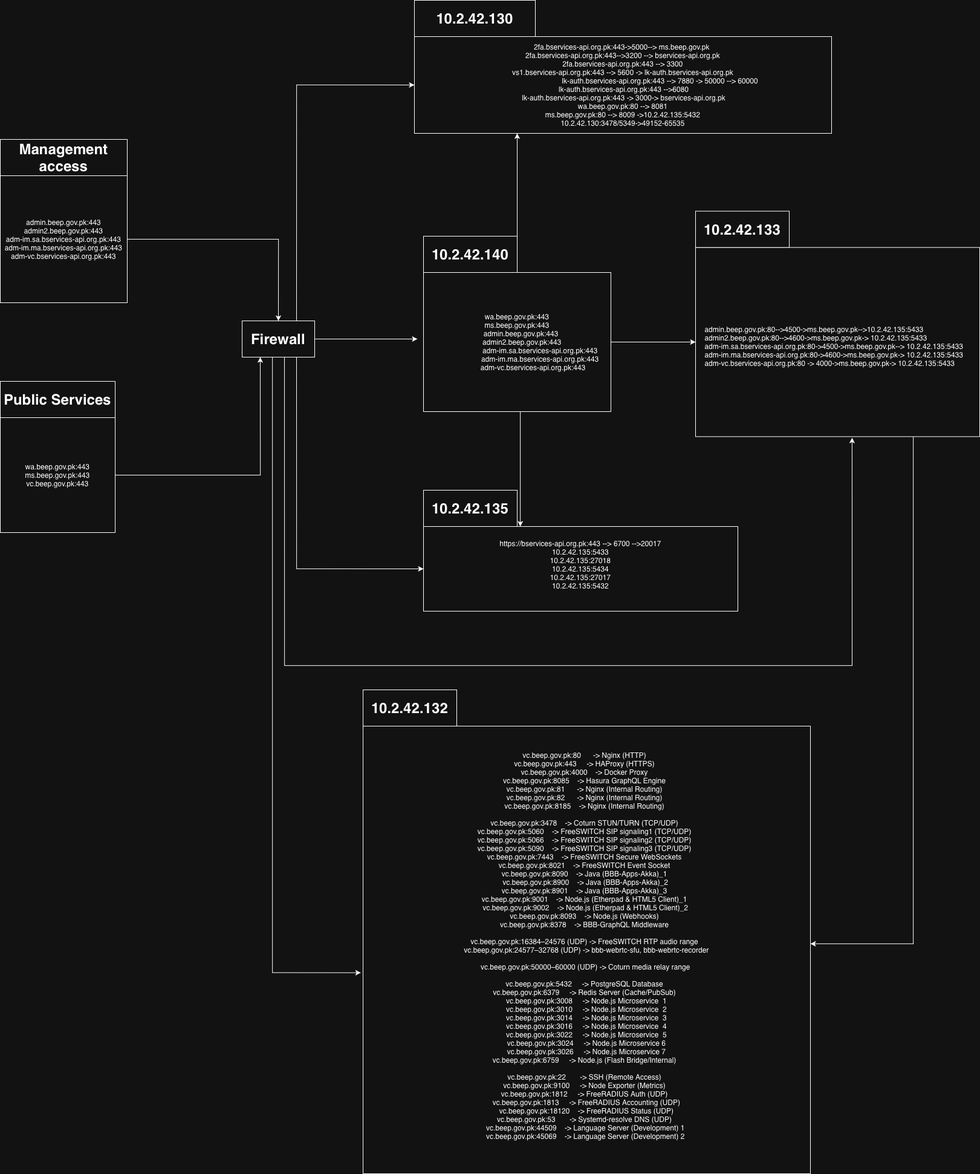
The draw.io diagram Untitled Diagram.drawio.png in Ahmer-rehman/backend, before a commit. Source tidied: cells renumbered, new cells last; positions are measured from the earlier drawing's top-left corner, leaving out a move shared by most shapes.
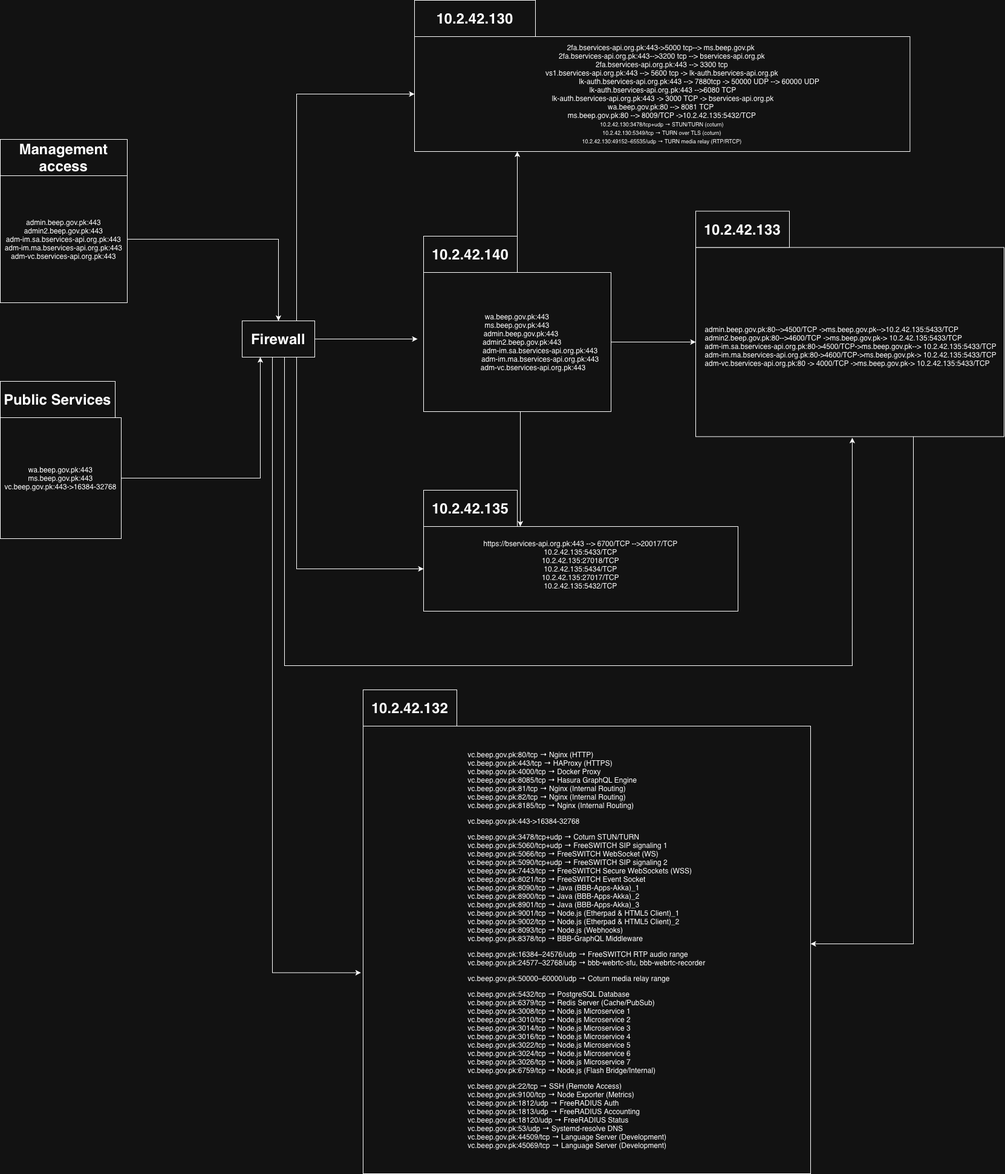
Later version of the same file.

The edit, as a diff of the source:
```diff
@@ -24,10 +24,10 @@
         </Array>
       </mxGeometry>
     </mxCell>
-    <mxCell id="6" value="&lt;div&gt;2fa.bservices-api.org.pk:443-&amp;gt;5000--&amp;gt; ms.beep.gov.pk&amp;nbsp;&lt;br&gt;&lt;/div&gt;&lt;div&gt;2fa.bservices-api.org.pk:443--&amp;gt;3200 --&amp;gt; bservices-api.org.pk&lt;br&gt;&lt;/div&gt;2fa.bservices-api.org.pk:443 --&amp;gt; 3300&lt;div&gt;vs1.bservices-api.org.pk:443 --&amp;gt; 5600 -&amp;gt; lk-auth.bservices-api.org.pk&lt;/div&gt;&lt;div&gt;&amp;nbsp; &amp;nbsp; &amp;nbsp; &amp;nbsp; &amp;nbsp; &amp;nbsp; &amp;nbsp; &amp;nbsp; &amp;nbsp; &amp;nbsp; &amp;nbsp; &amp;nbsp; &amp;nbsp; &amp;nbsp; &amp;nbsp; &amp;nbsp; &amp;nbsp; &amp;nbsp; &amp;nbsp;lk-auth.bservices-api.org.pk:443 --&amp;gt; 7880 -&amp;gt; 50000 --&amp;gt; 60000&lt;/div&gt;&lt;div&gt;&amp;nbsp;lk-auth.bservices-api.org.pk:443 --&amp;gt;6080&lt;br&gt;&lt;/div&gt;&lt;div&gt;&amp;nbsp;lk-auth.bservices-api.org.pk:443 -&amp;gt; 3000-&amp;gt; bservices-api.org.pk&lt;br&gt;&lt;/div&gt;&lt;div&gt;wa.beep.gov.pk:80 --&amp;gt; 8081&lt;/div&gt;&lt;div&gt;ms.beep.gov.pk:80 --&amp;gt; 8009 -&amp;gt;10.2.42.135:5432&lt;/div&gt;&lt;div&gt;10.2.42.130:3478/5349-&amp;gt;49152-65535&lt;/div&gt;" style="rounded=0;whiteSpace=wrap;html=1;" parent="1" vertex="1">
-      <mxGeometry x="685" y="60" width="690" height="160" as="geometry" />
+    <mxCell id="6" value="&lt;div&gt;2fa.bservices-api.org.pk:443-&amp;gt;5000 tcp--&amp;gt; ms.beep.gov.pk&amp;nbsp;&lt;br&gt;&lt;/div&gt;&lt;div&gt;2fa.bservices-api.org.pk:443--&amp;gt;3200 tcp --&amp;gt; bservices-api.org.pk&lt;br&gt;&lt;/div&gt;2fa.bservices-api.org.pk:443 --&amp;gt; 3300 tcp&lt;div&gt;vs1.bservices-api.org.pk:443 --&amp;gt; 5600 tcp -&amp;gt; lk-auth.bservices-api.org.pk&lt;/div&gt;&lt;div&gt;&amp;nbsp; &amp;nbsp; &amp;nbsp; &amp;nbsp; &amp;nbsp; &amp;nbsp; &amp;nbsp; &amp;nbsp; &amp;nbsp; &amp;nbsp; &amp;nbsp; &amp;nbsp; &amp;nbsp; &amp;nbsp; &amp;nbsp; &amp;nbsp; &amp;nbsp; &amp;nbsp; &amp;nbsp;lk-auth.bservices-api.org.pk:443 --&amp;gt; 7880tcp -&amp;gt; 50000 UDP --&amp;gt; 60000 UDP&lt;/div&gt;&lt;div&gt;&amp;nbsp;lk-auth.bservices-api.org.pk:443 --&amp;gt;6080 TCP&lt;br&gt;&lt;/div&gt;&lt;div&gt;&amp;nbsp;lk-auth.bservices-api.org.pk:443 -&amp;gt; 3000 TCP -&amp;gt; bservices-api.org.pk&lt;br&gt;&lt;/div&gt;&lt;div&gt;wa.beep.gov.pk:80 --&amp;gt; 8081 TCP&amp;nbsp;&lt;/div&gt;&lt;div&gt;ms.beep.gov.pk:80 --&amp;gt; 8009/TCP -&amp;gt;10.2.42.135:5432/TCP&lt;/div&gt;&lt;div&gt;&lt;font style=&quot;font-size: 9px;&quot;&gt;&lt;span style=&quot;text-align: start;&quot;&gt;10.2.42.130:3478/tcp+udp → STUN/TURN (coturn)&lt;/span&gt;&lt;br style=&quot;text-align: start;&quot;&gt;&lt;span style=&quot;text-align: start;&quot;&gt;10.2.42.130:5349/tcp → TURN over TLS (coturn)&lt;/span&gt;&lt;br style=&quot;text-align: start;&quot;&gt;&lt;span style=&quot;text-align: start;&quot;&gt;10.2.42.130:49152–65535/udp → TURN media relay (RTP/RTCP)&lt;/span&gt;&lt;/font&gt;&lt;br&gt;&lt;/div&gt;" style="rounded=0;whiteSpace=wrap;html=1;" parent="1" vertex="1">
+      <mxGeometry x="685" y="60" width="819.4" height="190" as="geometry" />
     </mxCell>
-    <mxCell id="7" value="https://bservices-api.org.pk:443 --&amp;gt; 6700 --&amp;gt;20017&lt;div&gt;10.2.42.135:5433&lt;/div&gt;&lt;div&gt;10.2.42.135:27018&lt;/div&gt;&lt;div&gt;10.2.42.135:5434&lt;br&gt;&lt;/div&gt;&lt;div&gt;10.2.42.135:27017&lt;/div&gt;&lt;div&gt;10.2.42.135:5432&lt;br&gt;&lt;/div&gt;&lt;div&gt;&lt;br&gt;&lt;/div&gt;" style="rounded=0;whiteSpace=wrap;html=1;" parent="1" vertex="1">
+    <mxCell id="7" value="https://bservices-api.org.pk:443 --&amp;gt; 6700/TCP --&amp;gt;20017/TCP&lt;div&gt;10.2.42.135:5433/TCP&lt;/div&gt;&lt;div&gt;10.2.42.135:27018/TCP&lt;/div&gt;&lt;div&gt;10.2.42.135:5434/TCP&lt;br&gt;&lt;/div&gt;&lt;div&gt;10.2.42.135:27017/TCP&lt;/div&gt;&lt;div&gt;10.2.42.135:5432/TCP&lt;br&gt;&lt;/div&gt;&lt;div&gt;&lt;br&gt;&lt;/div&gt;" style="rounded=0;whiteSpace=wrap;html=1;" parent="1" vertex="1">
       <mxGeometry x="700" y="870" width="520" height="140" as="geometry" />
     </mxCell>
     <mxCell id="8" style="edgeStyle=orthogonalEdgeStyle;rounded=0;jettySize=auto;html=1;" parent="1" edge="1" source="9" target="25">
@@ -37,8 +37,8 @@
         </Array>
       </mxGeometry>
     </mxCell>
-    <mxCell id="9" value="&lt;br&gt;&lt;div&gt;&amp;nbsp; &amp;nbsp; admin.beep.gov.pk:80--&amp;gt;4500-&amp;gt;ms.beep.gov.pk--&amp;gt;10.2.42.135:5433&lt;/div&gt;&lt;div&gt;&amp;nbsp; &amp;nbsp; admin2.beep.gov.pk:80--&amp;gt;4600-&amp;gt;ms.beep.gov.pk-&amp;gt; 10.2.42.135:5433&lt;/div&gt;&lt;div&gt;&amp;nbsp; &amp;nbsp; adm-im.sa.bservices-api.org.pk:80-&amp;gt;4500-&amp;gt;ms.beep.gov.pk--&amp;gt; 10.2.42.135:5433&lt;/div&gt;&lt;div&gt;&amp;nbsp; &amp;nbsp; adm-im.ma.bservices-api.org.pk:80-&amp;gt;4600-&amp;gt;ms.beep.gov.pk-&amp;gt; 10.2.42.135:5433&lt;br&gt;&lt;/div&gt;&lt;div&gt;&amp;nbsp; &amp;nbsp; adm-vc.bservices-api.org.pk:80 -&amp;gt; 4000-&amp;gt;ms.beep.gov.pk-&amp;gt; 10.2.42.135:5433&lt;/div&gt;" style="rounded=0;whiteSpace=wrap;html=1;align=left;" parent="1" vertex="1">
-      <mxGeometry x="1150" y="408.6" width="470" height="312.8" as="geometry" />
+    <mxCell id="9" value="&lt;br&gt;&lt;div&gt;&amp;nbsp; &amp;nbsp; admin.beep.gov.pk:80--&amp;gt;4500/TCP -&amp;gt;ms.beep.gov.pk--&amp;gt;10.2.42.135:5433/TCP&lt;/div&gt;&lt;div&gt;&amp;nbsp; &amp;nbsp; admin2.beep.gov.pk:80--&amp;gt;4600/TCP -&amp;gt;ms.beep.gov.pk-&amp;gt; 10.2.42.135:5433/TCP&lt;/div&gt;&lt;div&gt;&amp;nbsp; &amp;nbsp; adm-im.sa.bservices-api.org.pk:80-&amp;gt;4500/TCP-&amp;gt;ms.beep.gov.pk--&amp;gt; 10.2.42.135:5433/TCP&lt;/div&gt;&lt;div&gt;&amp;nbsp; &amp;nbsp; adm-im.ma.bservices-api.org.pk:80-&amp;gt;4600/TCP-&amp;gt;ms.beep.gov.pk-&amp;gt; 10.2.42.135:5433/TCP&lt;br&gt;&lt;/div&gt;&lt;div&gt;&amp;nbsp; &amp;nbsp; adm-vc.bservices-api.org.pk:80 -&amp;gt; 4000/TCP -&amp;gt;ms.beep.gov.pk-&amp;gt; 10.2.42.135:5433/TCP&lt;/div&gt;" style="rounded=0;whiteSpace=wrap;html=1;align=left;" parent="1" vertex="1">
+      <mxGeometry x="1150" y="408.6" width="510" height="312.8" as="geometry" />
     </mxCell>
     <mxCell id="10" value="&lt;h1&gt;&lt;b&gt;10.2.42.130&lt;/b&gt;&lt;/h1&gt;" style="whiteSpace=wrap;html=1;" parent="1" vertex="1">
       <mxGeometry x="685" width="200" height="60" as="geometry" />
@@ -61,8 +61,8 @@
     <mxCell id="16" style="edgeStyle=orthogonalEdgeStyle;rounded=0;jettySize=auto;html=1;entryX=0.25;entryY=1;entryDx=0;entryDy=0;" parent="1" edge="1" source="17" target="23">
       <mxGeometry relative="1" as="geometry" />
     </mxCell>
-    <mxCell id="17" value="wa.beep.gov.pk:443&lt;div&gt;ms.beep.gov.pk:443&lt;/div&gt;&lt;div&gt;vc.beep.gov.pk:443&lt;/div&gt;" style="whiteSpace=wrap;html=1;" parent="1" vertex="1">
-      <mxGeometry y="690" width="190" height="190" as="geometry" />
+    <mxCell id="17" value="wa.beep.gov.pk:443&lt;div&gt;ms.beep.gov.pk:443&lt;/div&gt;&lt;div&gt;vc.beep.gov.pk:443-&amp;gt;16384-32768&lt;/div&gt;" style="whiteSpace=wrap;html=1;" parent="1" vertex="1">
+      <mxGeometry y="690" width="200" height="200" as="geometry" />
     </mxCell>
     <mxCell id="18" value="&lt;h1&gt;Management access&lt;/h1&gt;" style="whiteSpace=wrap;html=1;" parent="1" vertex="1">
       <mxGeometry y="230" width="210" height="60" as="geometry" />
@@ -94,7 +94,7 @@
         </Array>
       </mxGeometry>
     </mxCell>
-    <mxCell id="25" value="&lt;div&gt;vc.beep.gov.pk:80 &amp;nbsp; &amp;nbsp; &amp;nbsp;-&amp;gt; Nginx (HTTP) &amp;nbsp;&lt;/div&gt;&lt;div&gt;vc.beep.gov.pk:443 &amp;nbsp; &amp;nbsp; -&amp;gt; HAProxy (HTTPS) &amp;nbsp;&lt;/div&gt;&lt;div&gt;vc.beep.gov.pk:4000 &amp;nbsp; &amp;nbsp;-&amp;gt; Docker Proxy &amp;nbsp;&lt;/div&gt;&lt;div&gt;vc.beep.gov.pk:8085 &amp;nbsp; &amp;nbsp;-&amp;gt; Hasura GraphQL Engine &amp;nbsp;&lt;/div&gt;&lt;div&gt;vc.beep.gov.pk:81 &amp;nbsp; &amp;nbsp; &amp;nbsp;-&amp;gt; Nginx (Internal Routing) &amp;nbsp;&lt;/div&gt;&lt;div&gt;vc.beep.gov.pk:82 &amp;nbsp; &amp;nbsp; &amp;nbsp;-&amp;gt; Nginx (Internal Routing) &amp;nbsp;&lt;/div&gt;&lt;div&gt;vc.beep.gov.pk:8185 &amp;nbsp; &amp;nbsp;-&amp;gt; Nginx (Internal Routing) &amp;nbsp;&lt;/div&gt;&lt;div&gt;&lt;br&gt;&lt;/div&gt;&lt;div&gt;vc.beep.gov.pk:3478 &amp;nbsp; &amp;nbsp;-&amp;gt; Coturn STUN/TURN (TCP/UDP) &amp;nbsp;&lt;/div&gt;&lt;div&gt;vc.beep.gov.pk:5060 &amp;nbsp; &amp;nbsp;-&amp;gt; FreeSWITCH SIP signaling1 (TCP/UDP) &amp;nbsp;&lt;/div&gt;&lt;div&gt;vc.beep.gov.pk:5066 &amp;nbsp; &amp;nbsp;-&amp;gt; FreeSWITCH SIP signaling2 (TCP/UDP) &amp;nbsp;&lt;/div&gt;&lt;div&gt;vc.beep.gov.pk:5090 &amp;nbsp; &amp;nbsp;-&amp;gt; FreeSWITCH SIP signaling3 (TCP/UDP) &amp;nbsp;&lt;/div&gt;&lt;div&gt;vc.beep.gov.pk:7443 &amp;nbsp; &amp;nbsp;-&amp;gt; FreeSWITCH Secure WebSockets &amp;nbsp;&lt;/div&gt;&lt;div&gt;vc.beep.gov.pk:8021 &amp;nbsp; &amp;nbsp;-&amp;gt; FreeSWITCH Event Socket &amp;nbsp;&lt;/div&gt;&lt;div&gt;vc.beep.gov.pk:8090 &amp;nbsp; &amp;nbsp;-&amp;gt; Java (BBB-Apps-Akka)_1 &amp;nbsp;&lt;/div&gt;&lt;div&gt;vc.beep.gov.pk:8900 &amp;nbsp; &amp;nbsp;-&amp;gt; Java (BBB-Apps-Akka)_2&amp;nbsp;&lt;/div&gt;&lt;div&gt;vc.beep.gov.pk:8901 &amp;nbsp; &amp;nbsp;-&amp;gt; Java (BBB-Apps-Akka)_3 &amp;nbsp;&lt;/div&gt;&lt;div&gt;vc.beep.gov.pk:9001 &amp;nbsp; &amp;nbsp;-&amp;gt; Node.js (Etherpad &amp;amp; HTML5 Client)_1 &amp;nbsp;&lt;/div&gt;&lt;div&gt;vc.beep.gov.pk:9002 &amp;nbsp; &amp;nbsp;-&amp;gt; Node.js (Etherpad &amp;amp; HTML5 Client)_2&amp;nbsp;&lt;/div&gt;&lt;div&gt;vc.beep.gov.pk:8093 &amp;nbsp; &amp;nbsp;-&amp;gt; Node.js (Webhooks) &amp;nbsp;&lt;/div&gt;&lt;div&gt;vc.beep.gov.pk:8378 &amp;nbsp; &amp;nbsp;-&amp;gt; BBB-GraphQL Middleware &amp;nbsp;&lt;/div&gt;&lt;div&gt;&lt;br&gt;&lt;/div&gt;&lt;div&gt;vc.beep.gov.pk:16384–24576 (UDP) -&amp;gt; FreeSWITCH RTP audio range &amp;nbsp;&lt;/div&gt;&lt;div&gt;vc.beep.gov.pk:24577–32768 (UDP) -&amp;gt; bbb-webrtc-sfu, bbb-webrtc-recorder&lt;/div&gt;&lt;div&gt;&lt;br&gt;&lt;/div&gt;&lt;div&gt;vc.beep.gov.pk:50000–60000 (UDP) -&amp;gt; Coturn media relay range&amp;nbsp;&lt;/div&gt;&lt;div&gt;&lt;br&gt;&lt;/div&gt;&lt;div&gt;vc.beep.gov.pk:5432 &amp;nbsp; &amp;nbsp; -&amp;gt; PostgreSQL Database &amp;nbsp;&lt;/div&gt;&lt;div&gt;vc.beep.gov.pk:6379 &amp;nbsp; &amp;nbsp; -&amp;gt; Redis Server (Cache/PubSub) &amp;nbsp;&lt;/div&gt;&lt;div&gt;vc.beep.gov.pk:3008 &amp;nbsp; &amp;nbsp; -&amp;gt; Node.js Microservice &amp;nbsp;1&lt;/div&gt;&lt;div&gt;vc.beep.gov.pk:3010 &amp;nbsp; &amp;nbsp; -&amp;gt; Node.js Microservice &amp;nbsp;2&lt;/div&gt;&lt;div&gt;vc.beep.gov.pk:3014 &amp;nbsp; &amp;nbsp; -&amp;gt; Node.js Microservice &amp;nbsp;3&lt;/div&gt;&lt;div&gt;vc.beep.gov.pk:3016 &amp;nbsp; &amp;nbsp; -&amp;gt; Node.js Microservice &amp;nbsp;4&lt;/div&gt;&lt;div&gt;vc.beep.gov.pk:3022 &amp;nbsp; &amp;nbsp; -&amp;gt; Node.js Microservice &amp;nbsp;5&lt;/div&gt;&lt;div&gt;vc.beep.gov.pk:3024 &amp;nbsp; &amp;nbsp; -&amp;gt; Node.js Microservice 6&lt;/div&gt;&lt;div&gt;vc.beep.gov.pk:3026 &amp;nbsp; &amp;nbsp; -&amp;gt; Node.js Microservice 7&lt;/div&gt;&lt;div&gt;vc.beep.gov.pk:6759 &amp;nbsp; &amp;nbsp; -&amp;gt; Node.js (Flash Bridge/Internal) &amp;nbsp;&lt;/div&gt;&lt;div&gt;&lt;br&gt;&lt;/div&gt;&lt;div&gt;vc.beep.gov.pk:22 &amp;nbsp; &amp;nbsp; &amp;nbsp; -&amp;gt; SSH (Remote Access) &amp;nbsp;&lt;/div&gt;&lt;div&gt;vc.beep.gov.pk:9100 &amp;nbsp; &amp;nbsp; -&amp;gt; Node Exporter (Metrics) &amp;nbsp;&lt;/div&gt;&lt;div&gt;vc.beep.gov.pk:1812 &amp;nbsp; &amp;nbsp; -&amp;gt; FreeRADIUS Auth (UDP) &amp;nbsp;&lt;/div&gt;&lt;div&gt;vc.beep.gov.pk:1813 &amp;nbsp; &amp;nbsp; -&amp;gt; FreeRADIUS Accounting (UDP)&lt;/div&gt;&lt;div&gt;vc.beep.gov.pk:18120 &amp;nbsp; &amp;nbsp;-&amp;gt; FreeRADIUS Status (UDP)&lt;/div&gt;&lt;div&gt;vc.beep.gov.pk:53 &amp;nbsp; &amp;nbsp; &amp;nbsp; -&amp;gt; Systemd-resolve DNS (UDP) &amp;nbsp;&lt;/div&gt;&lt;div&gt;vc.beep.gov.pk:44509 &amp;nbsp; &amp;nbsp;-&amp;gt; Language Server (Development) 1&amp;nbsp;&lt;/div&gt;&lt;div&gt;vc.beep.gov.pk:45069 &amp;nbsp; &amp;nbsp;-&amp;gt; Language Server (Development) 2&amp;nbsp;&lt;/div&gt;&lt;div&gt;&lt;br&gt;&lt;/div&gt;" style="whiteSpace=wrap;html=1;" parent="1" vertex="1">
+    <mxCell id="25" value="&lt;div&gt;&lt;p style=&quot;text-align: start;&quot;&gt;vc.beep.gov.pk:80/tcp → Nginx (HTTP)&lt;br&gt;vc.beep.gov.pk:443/tcp → HAProxy (HTTPS)&lt;br&gt;vc.beep.gov.pk:4000/tcp → Docker Proxy&lt;br&gt;vc.beep.gov.pk:8085/tcp → Hasura GraphQL Engine&lt;br&gt;vc.beep.gov.pk:81/tcp → Nginx (Internal Routing)&lt;br&gt;vc.beep.gov.pk:82/tcp → Nginx (Internal Routing)&lt;br&gt;vc.beep.gov.pk:8185/tcp → Nginx (Internal Routing)&lt;/p&gt;&lt;p style=&quot;text-align: start;&quot;&gt;&lt;span style=&quot;text-align: center;&quot;&gt;vc.beep.gov.pk:443-&amp;gt;16384-32768&lt;/span&gt;&lt;/p&gt;&lt;p style=&quot;text-align: start;&quot;&gt;vc.beep.gov.pk:3478/tcp+udp → Coturn STUN/TURN&lt;br&gt;vc.beep.gov.pk:5060/tcp+udp → FreeSWITCH SIP signaling 1&lt;br&gt;vc.beep.gov.pk:5066/tcp → FreeSWITCH WebSocket (WS)&lt;br&gt;vc.beep.gov.pk:5090/tcp+udp → FreeSWITCH SIP signaling 2&lt;br&gt;vc.beep.gov.pk:7443/tcp → FreeSWITCH Secure WebSockets (WSS)&lt;br&gt;vc.beep.gov.pk:8021/tcp → FreeSWITCH Event Socket&lt;br&gt;vc.beep.gov.pk:8090/tcp → Java (BBB-Apps-Akka)_1&lt;br&gt;vc.beep.gov.pk:8900/tcp → Java (BBB-Apps-Akka)_2&lt;br&gt;vc.beep.gov.pk:8901/tcp → Java (BBB-Apps-Akka)_3&lt;br&gt;vc.beep.gov.pk:9001/tcp → Node.js (Etherpad &amp;amp; HTML5 Client)_1&lt;br&gt;vc.beep.gov.pk:9002/tcp → Node.js (Etherpad &amp;amp; HTML5 Client)_2&lt;br&gt;vc.beep.gov.pk:8093/tcp → Node.js (Webhooks)&lt;br&gt;vc.beep.gov.pk:8378/tcp → BBB-GraphQL Middleware&lt;/p&gt;&lt;p style=&quot;text-align: start;&quot;&gt;vc.beep.gov.pk:16384–24576/udp → FreeSWITCH RTP audio range&lt;br&gt;vc.beep.gov.pk:24577–32768/udp → bbb-webrtc-sfu, bbb-webrtc-recorder&lt;/p&gt;&lt;p style=&quot;text-align: start;&quot;&gt;vc.beep.gov.pk:50000–60000/udp → Coturn media relay range&lt;/p&gt;&lt;p style=&quot;text-align: start;&quot;&gt;vc.beep.gov.pk:5432/tcp → PostgreSQL Database&lt;br&gt;vc.beep.gov.pk:6379/tcp → Redis Server (Cache/PubSub)&lt;br&gt;vc.beep.gov.pk:3008/tcp → Node.js Microservice 1&lt;br&gt;vc.beep.gov.pk:3010/tcp → Node.js Microservice 2&lt;br&gt;vc.beep.gov.pk:3014/tcp → Node.js Microservice 3&lt;br&gt;vc.beep.gov.pk:3016/tcp → Node.js Microservice 4&lt;br&gt;vc.beep.gov.pk:3022/tcp → Node.js Microservice 5&lt;br&gt;vc.beep.gov.pk:3024/tcp → Node.js Microservice 6&lt;br&gt;vc.beep.gov.pk:3026/tcp → Node.js Microservice 7&lt;br&gt;vc.beep.gov.pk:6759/tcp → Node.js (Flash Bridge/Internal)&lt;/p&gt;&lt;p style=&quot;text-align: start;&quot;&gt;vc.beep.gov.pk:22/tcp → SSH (Remote Access)&lt;br&gt;vc.beep.gov.pk:9100/tcp → Node Exporter (Metrics)&lt;br&gt;vc.beep.gov.pk:1812/udp → FreeRADIUS Auth&lt;br&gt;vc.beep.gov.pk:1813/udp → FreeRADIUS Accounting&lt;br&gt;vc.beep.gov.pk:18120/udp → FreeRADIUS Status&lt;br&gt;vc.beep.gov.pk:53/udp → Systemd-resolve DNS&lt;br&gt;vc.beep.gov.pk:44509/tcp → Language Server (Development)&lt;br&gt;vc.beep.gov.pk:45069/tcp → Language Server (Development)&lt;/p&gt;&lt;/div&gt;" style="whiteSpace=wrap;html=1;" parent="1" vertex="1">
       <mxGeometry x="600" y="1200" width="740" height="740" as="geometry" />
     </mxCell>
     <mxCell id="26" value="&lt;h1&gt;&lt;b&gt;10.2.42.132&lt;/b&gt;&lt;/h1&gt;" style="whiteSpace=wrap;html=1;" parent="1" vertex="1">
```
